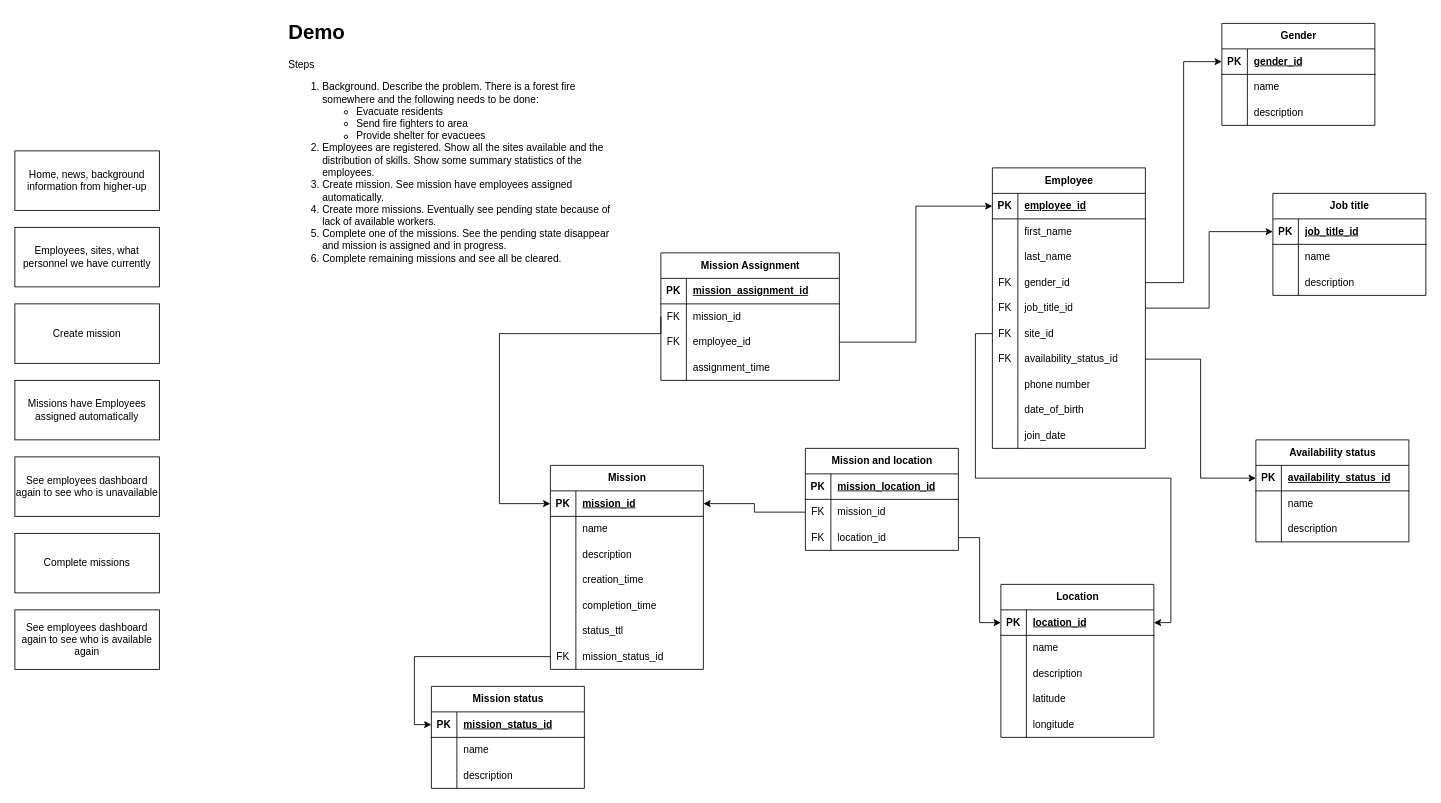
Before: diagrams/concept.drawio in jagger-en/disaster-response-management, a draw.io diagram. Source tidied: cells renumbered, new cells numbered last; positions are measured from the earlier drawing's top-left corner, leaving out a move shared by most shapes. Both pictures are drawn from the tidied source at 85%, with x=0, y=0 at pixel (14, 14).
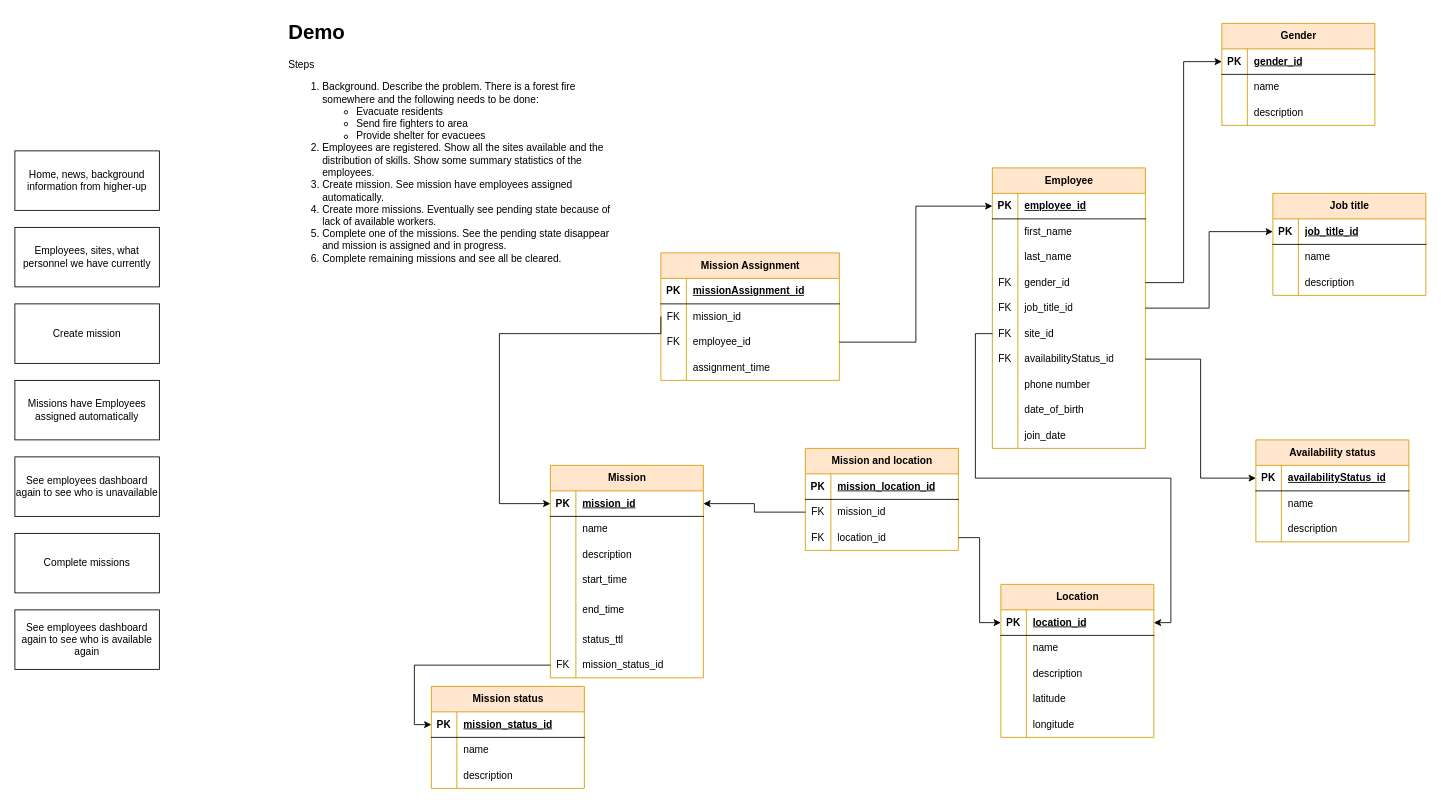
The same diagram, later.

Unchanged cells that the change refers to:
```xml
<mxCell id="21" style="shape=tableRow;horizontal=0;startSize=0;swimlaneHead=0;swimlaneBody=0;fillColor=none;points=[[0,0.5],[1,0.5]];portConstraint=eastwest;top=0;left=0;right=0;bottom=0;" parent="2" vertex="1">
  <mxGeometry y="210" width="180" height="30" as="geometry" />
</mxCell>
<mxCell id="70" style="shape=tableRow;horizontal=0;startSize=0;swimlaneHead=0;swimlaneBody=0;fillColor=none;top=0;left=0;right=0;bottom=1;" parent="69" vertex="1">
  <mxGeometry y="30" width="210" height="30" as="geometry" />
</mxCell>
<mxCell id="92" style="shape=tableRow;horizontal=0;startSize=0;swimlaneHead=0;swimlaneBody=0;fillColor=none;top=0;left=0;right=0;bottom=0;" parent="82" vertex="1">
  <mxGeometry y="120" width="180" height="30" as="geometry" />
</mxCell>
<mxCell id="106" style="shape=tableRow;horizontal=0;startSize=0;swimlaneHead=0;swimlaneBody=0;fillColor=none;points=[[0,0.5],[1,0.5]];portConstraint=eastwest;top=0;left=0;right=0;bottom=1;" parent="105" vertex="1">
  <mxGeometry y="30" width="180" height="30" as="geometry" />
</mxCell>
```

Diff of the diagram source:
```diff
@@
-    <mxCell id="2" value="Employee" style="shape=table;startSize=30;childLayout=tableLayout;rowLines=0;fontStyle=1;align=center;html=1;" parent="1" vertex="1">
+    <mxCell id="2" value="Employee" style="shape=table;startSize=30;childLayout=tableLayout;rowLines=0;fontStyle=1;align=center;html=1;fillColor=#ffe6cc;strokeColor=#d79b00;" parent="1" vertex="1">
       <mxGeometry x="1150" y="180" width="180" height="330" as="geometry" />
     </mxCell>
@@
-    <mxCell id="23" value="availability_status_id" style="shape=partialRectangle;fillColor=none;top=0;left=0;bottom=0;right=0;align=left;spacingLeft=6;overflow=hidden;whiteSpace=wrap;html=1;" parent="21" vertex="1">
+    <mxCell id="23" value="availabilityStatus_id" style="shape=partialRectangle;fillColor=none;top=0;left=0;bottom=0;right=0;align=left;spacingLeft=6;overflow=hidden;whiteSpace=wrap;html=1;" parent="21" vertex="1">
       <mxGeometry x="30" width="150" height="30" as="geometry" />
     </mxCell>
@@
-    <mxCell id="33" value="Gender" style="shape=table;startSize=30;childLayout=tableLayout;rowLines=0;fontStyle=1;align=center;html=1;" parent="1" vertex="1">
+    <mxCell id="33" value="Gender" style="shape=table;startSize=30;childLayout=tableLayout;rowLines=0;fontStyle=1;align=center;html=1;fillColor=#ffe6cc;strokeColor=#d79b00;" parent="1" vertex="1">
       <mxGeometry x="1420" y="10" width="180" height="120" as="geometry" />
     </mxCell>
@@
-    <mxCell id="43" value="Location" style="shape=table;startSize=30;childLayout=tableLayout;rowLines=0;fontStyle=1;align=center;html=1;" parent="1" vertex="1">
+    <mxCell id="43" value="Location" style="shape=table;startSize=30;childLayout=tableLayout;rowLines=0;fontStyle=1;align=center;html=1;fillColor=#ffe6cc;strokeColor=#d79b00;" parent="1" vertex="1">
       <mxGeometry x="1160" y="670" width="180" height="180" as="geometry" />
     </mxCell>
@@
-    <mxCell id="59" value="Job title" style="shape=table;startSize=30;childLayout=tableLayout;rowLines=0;fontStyle=1;align=center;html=1;" parent="1" vertex="1">
+    <mxCell id="59" value="Job title" style="shape=table;startSize=30;childLayout=tableLayout;rowLines=0;fontStyle=1;align=center;html=1;fillColor=#ffe6cc;strokeColor=#d79b00;" parent="1" vertex="1">
       <mxGeometry x="1480" y="210" width="180" height="120" as="geometry" />
     </mxCell>
@@
-    <mxCell id="69" value="Mission Assignment" style="shape=table;startSize=30;childLayout=tableLayout;rowLines=0;fontStyle=1;align=center;html=1;" parent="1" vertex="1">
+    <mxCell id="69" value="Mission Assignment" style="shape=table;startSize=30;childLayout=tableLayout;rowLines=0;fontStyle=1;align=center;html=1;fillColor=#ffe6cc;strokeColor=#d79b00;" parent="1" vertex="1">
       <mxGeometry x="760" y="280" width="210" height="150" as="geometry" />
     </mxCell>
@@
-    <mxCell id="72" value="mission_assignment_id" style="shape=partialRectangle;fillColor=none;top=0;left=0;bottom=0;right=0;align=left;spacingLeft=6;fontStyle=5;overflow=hidden;whiteSpace=wrap;html=1;" parent="70" vertex="1">
+    <mxCell id="72" value="missionAssignment_id" style="shape=partialRectangle;fillColor=none;top=0;left=0;bottom=0;right=0;align=left;spacingLeft=6;fontStyle=5;overflow=hidden;whiteSpace=wrap;html=1;" parent="70" vertex="1">
       <mxGeometry x="30" width="180" height="30" as="geometry" />
     </mxCell>
@@
-    <mxCell id="82" value="Mission" style="shape=table;startSize=30;childLayout=tableLayout;rowLines=0;fontStyle=1;align=center;html=1;" parent="1" vertex="1">
-      <mxGeometry x="630" y="530" width="180" height="240" as="geometry" />
+    <mxCell id="82" value="Mission" style="shape=table;startSize=30;childLayout=tableLayout;rowLines=0;fontStyle=1;align=center;html=1;fillColor=#ffe6cc;strokeColor=#d79b00;" parent="1" vertex="1">
+      <mxGeometry x="630" y="530" width="180" height="250" as="geometry" />
     </mxCell>
@@
-    <mxCell id="94" value="creation_time" style="shape=partialRectangle;fillColor=none;top=0;left=0;bottom=0;right=0;align=left;spacingLeft=6;overflow=hidden;whiteSpace=wrap;html=1;" parent="92" vertex="1">
+    <mxCell id="94" value="start_time" style="shape=partialRectangle;fillColor=none;top=0;left=0;bottom=0;right=0;align=left;spacingLeft=6;overflow=hidden;whiteSpace=wrap;html=1;" parent="92" vertex="1">
       <mxGeometry x="30" width="150" height="30" as="geometry" />
     </mxCell>
     <mxCell id="95" style="shape=tableRow;horizontal=0;startSize=0;swimlaneHead=0;swimlaneBody=0;fillColor=none;top=0;left=0;right=0;bottom=0;" parent="82" vertex="1">
-      <mxGeometry y="150" width="180" height="30" as="geometry" />
+      <mxGeometry y="150" width="180" height="40" as="geometry" />
     </mxCell>
     <mxCell id="96" style="shape=partialRectangle;fillColor=none;top=0;left=0;bottom=0;right=0;overflow=hidden;whiteSpace=wrap;html=1;" parent="95" vertex="1">
-      <mxGeometry width="30" height="30" as="geometry" />
+      <mxGeometry width="30" height="40" as="geometry" />
     </mxCell>
-    <mxCell id="97" value="completion_time" style="shape=partialRectangle;fillColor=none;top=0;left=0;bottom=0;right=0;align=left;spacingLeft=6;overflow=hidden;whiteSpace=wrap;html=1;" parent="95" vertex="1">
-      <mxGeometry x="30" width="150" height="30" as="geometry" />
+    <mxCell id="97" value="end_time" style="shape=partialRectangle;fillColor=none;top=0;left=0;bottom=0;right=0;align=left;spacingLeft=6;overflow=hidden;whiteSpace=wrap;html=1;" parent="95" vertex="1">
+      <mxGeometry x="30" width="150" height="40" as="geometry" />
     </mxCell>
     <mxCell id="98" style="shape=tableRow;horizontal=0;startSize=0;swimlaneHead=0;swimlaneBody=0;fillColor=none;top=0;left=0;right=0;bottom=0;" parent="82" vertex="1">
-      <mxGeometry y="180" width="180" height="30" as="geometry" />
+      <mxGeometry y="190" width="180" height="30" as="geometry" />
     </mxCell>
@@
     <mxCell id="101" style="shape=tableRow;horizontal=0;startSize=0;swimlaneHead=0;swimlaneBody=0;fillColor=none;points=[[0,0.5],[1,0.5]];portConstraint=eastwest;top=0;left=0;right=0;bottom=0;" parent="82" vertex="1">
-      <mxGeometry y="210" width="180" height="30" as="geometry" />
+      <mxGeometry y="220" width="180" height="30" as="geometry" />
     </mxCell>
@@
-    <mxCell id="105" value="Availability status" style="shape=table;startSize=30;childLayout=tableLayout;rowLines=0;fontStyle=1;align=center;html=1;" parent="1" vertex="1">
+    <mxCell id="105" value="Availability status" style="shape=table;startSize=30;childLayout=tableLayout;rowLines=0;fontStyle=1;align=center;html=1;fillColor=#ffe6cc;strokeColor=#d79b00;" parent="1" vertex="1">
       <mxGeometry x="1460" y="500" width="180" height="120" as="geometry" />
     </mxCell>
@@
-    <mxCell id="108" value="availability_status_id" style="shape=partialRectangle;fillColor=none;top=0;left=0;bottom=0;right=0;align=left;spacingLeft=6;fontStyle=5;overflow=hidden;whiteSpace=wrap;html=1;" parent="106" vertex="1">
+    <mxCell id="108" value="availabilityStatus_id" style="shape=partialRectangle;fillColor=none;top=0;left=0;bottom=0;right=0;align=left;spacingLeft=6;fontStyle=5;overflow=hidden;whiteSpace=wrap;html=1;" parent="106" vertex="1">
       <mxGeometry x="30" width="150" height="30" as="geometry" />
     </mxCell>
@@
-    <mxCell id="120" value="Mission and location" style="shape=table;startSize=30;childLayout=tableLayout;rowLines=0;fontStyle=1;align=center;html=1;" parent="1" vertex="1">
+    <mxCell id="120" value="Mission and location" style="shape=table;startSize=30;childLayout=tableLayout;rowLines=0;fontStyle=1;align=center;html=1;fillColor=#ffe6cc;strokeColor=#d79b00;" parent="1" vertex="1">
       <mxGeometry x="930" y="510" width="180" height="120" as="geometry" />
     </mxCell>
@@
-    <mxCell id="132" value="Mission status" style="shape=table;startSize=30;childLayout=tableLayout;rowLines=0;fontStyle=1;align=center;html=1;" parent="1" vertex="1">
+    <mxCell id="132" value="Mission status" style="shape=table;startSize=30;childLayout=tableLayout;rowLines=0;fontStyle=1;align=center;html=1;fillColor=#ffe6cc;strokeColor=#d79b00;" parent="1" vertex="1">
       <mxGeometry x="490" y="790" width="180" height="120" as="geometry" />
     </mxCell>
```
